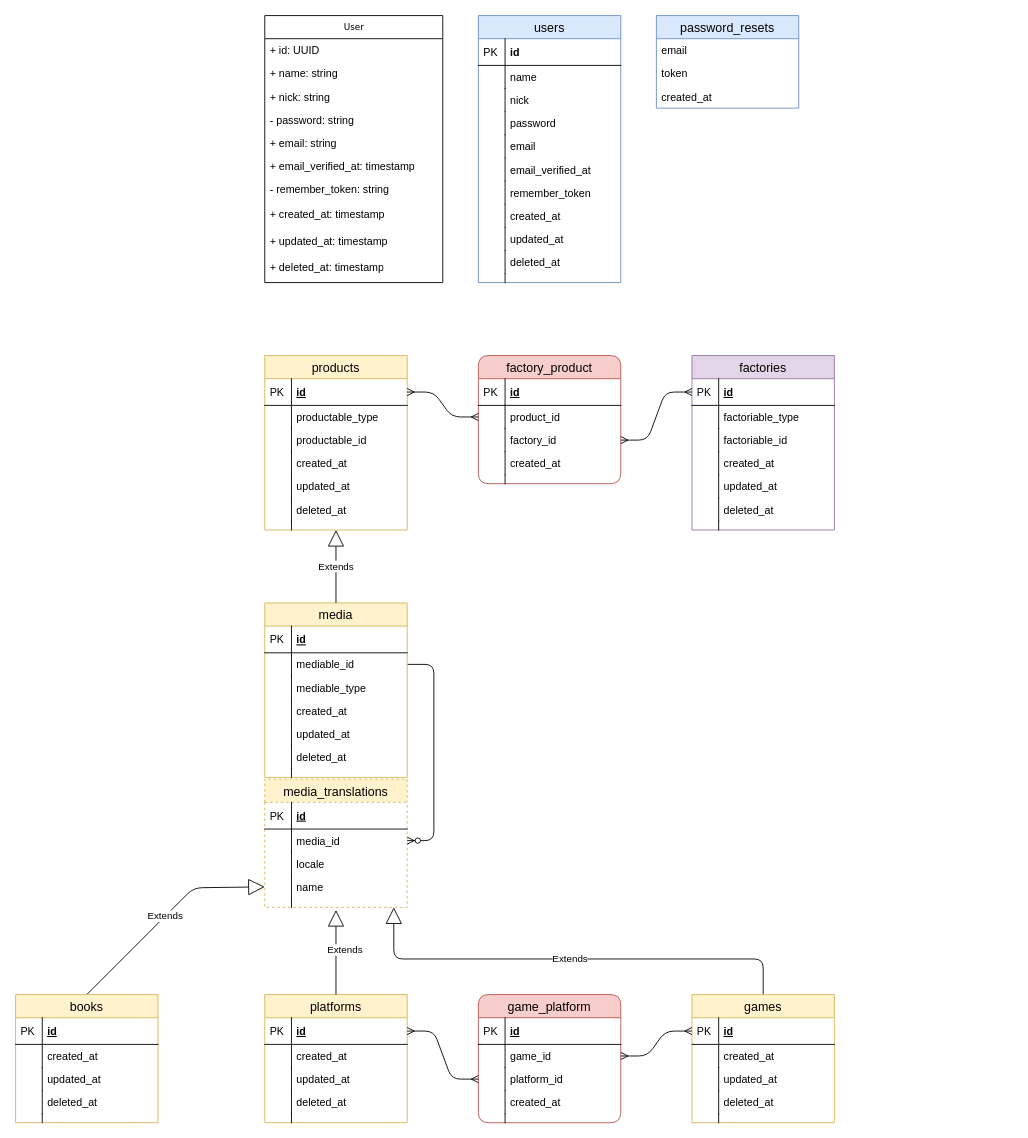
Above: UML.drawio in gboquizo-brothers/igrovaya-pristavka (draw.io), before the change. Source tidied: cells renumbered, new cells numbered last; positions are measured from the earlier drawing's top-left corner, leaving out a move shared by most shapes. Both pictures are drawn from the tidied source at 89%, with x=0, y=0 at pixel (15, 15).
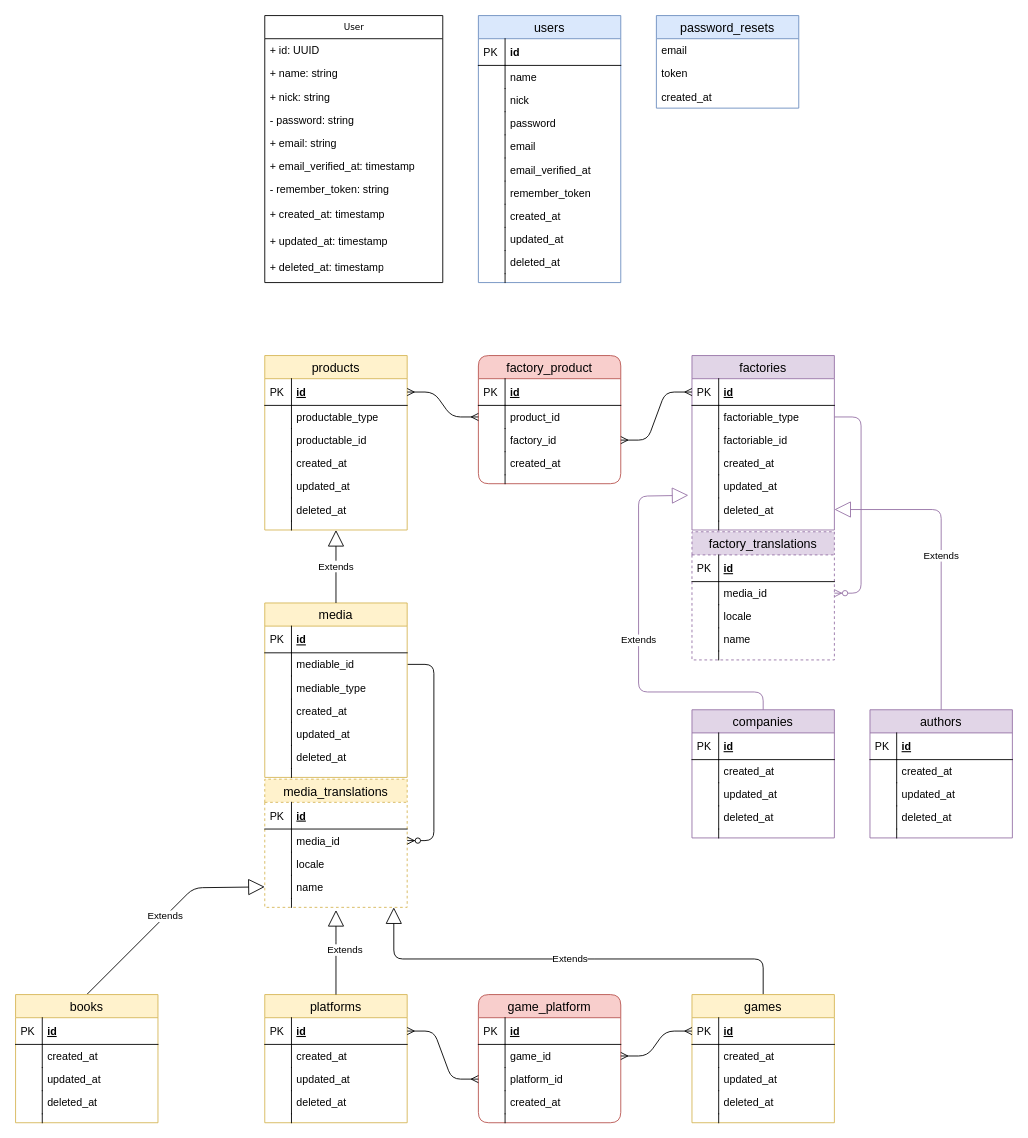
After the change.

Commit message:
:construction: Added another inheritance for factories

The change refers to these unchanged cells:
```xml
<mxCell id="69" value="factoriable_type" style="shape=partialRectangle;top=0;left=0;right=0;bottom=0;align=left;verticalAlign=top;fillColor=none;spacingLeft=34;spacingRight=4;overflow=hidden;points=[[0,0.5],[1,0.5]];portConstraint=eastwest;fontSize=12;" parent="66" vertex="1">
  <mxGeometry y="56" width="160" height="26" as="geometry" />
</mxCell>
<mxCell id="77" value="deleted_at" style="shape=partialRectangle;top=0;left=0;right=0;bottom=0;align=left;verticalAlign=top;fillColor=none;spacingLeft=34;spacingRight=4;overflow=hidden;points=[[0,0.5],[1,0.5]];portConstraint=eastwest;fontSize=12;" parent="66" vertex="1">
  <mxGeometry y="160" width="160" height="26" as="geometry" />
</mxCell>
```

What changed in the source:
```diff
@@
+    <mxCell id="160" value="authors" style="swimlane;fontStyle=0;horizontal=1;startSize=26;fillColor=#e1d5e7;swimlaneFillColor=#ffffff;align=center;fontSize=14;strokeColor=#9673a6;" parent="1" vertex="1">
+      <mxGeometry x="960" y="780" width="160" height="144" as="geometry" />
+    </mxCell>
+    <mxCell id="161" value="id" style="shape=partialRectangle;top=0;left=0;right=0;bottom=1;align=left;verticalAlign=middle;fillColor=none;spacingLeft=34;spacingRight=4;overflow=hidden;fontStyle=5;fontSize=12;" parent="160" vertex="1">
+      <mxGeometry y="26" width="160" height="30" as="geometry" />
+    </mxCell>
+    <mxCell id="162" value="PK" style="shape=partialRectangle;top=0;left=0;bottom=0;fillColor=none;align=left;verticalAlign=middle;spacingLeft=4;spacingRight=4;overflow=hidden;fontSize=12;" parent="161" vertex="1">
+      <mxGeometry width="30" height="30" as="geometry" />
+    </mxCell>
+    <mxCell id="163" value="created_at" style="shape=partialRectangle;top=0;left=0;right=0;bottom=0;align=left;verticalAlign=top;fillColor=none;spacingLeft=34;spacingRight=4;overflow=hidden;fontSize=12;" parent="160" vertex="1">
+      <mxGeometry y="56" width="160" height="26" as="geometry" />
+    </mxCell>
+    <mxCell id="164" style="shape=partialRectangle;top=0;left=0;bottom=0;fillColor=none;align=left;verticalAlign=top;spacingLeft=4;spacingRight=4;overflow=hidden;fontSize=12;" parent="163" vertex="1">
+      <mxGeometry width="30" height="26" as="geometry" />
+    </mxCell>
+    <mxCell id="165" value="updated_at" style="shape=partialRectangle;top=0;left=0;right=0;bottom=0;align=left;verticalAlign=top;fillColor=none;spacingLeft=34;spacingRight=4;overflow=hidden;fontSize=12;" parent="160" vertex="1">
+      <mxGeometry y="82" width="160" height="26" as="geometry" />
+    </mxCell>
+    <mxCell id="166" style="shape=partialRectangle;top=0;left=0;bottom=0;fillColor=none;align=left;verticalAlign=top;spacingLeft=4;spacingRight=4;overflow=hidden;fontSize=12;" parent="165" vertex="1">
+      <mxGeometry width="30" height="26" as="geometry" />
+    </mxCell>
+    <mxCell id="167" value="deleted_at" style="shape=partialRectangle;top=0;left=0;right=0;bottom=0;align=left;verticalAlign=top;fillColor=none;spacingLeft=34;spacingRight=4;overflow=hidden;fontSize=12;" parent="160" vertex="1">
+      <mxGeometry y="108" width="160" height="26" as="geometry" />
+    </mxCell>
+    <mxCell id="168" style="shape=partialRectangle;top=0;left=0;bottom=0;fillColor=none;align=left;verticalAlign=top;spacingLeft=4;spacingRight=4;overflow=hidden;fontSize=12;" parent="167" vertex="1">
+      <mxGeometry width="30" height="26" as="geometry" />
+    </mxCell>
+    <mxCell id="169" style="shape=partialRectangle;top=0;left=0;right=0;bottom=0;align=left;verticalAlign=top;fillColor=none;spacingLeft=34;spacingRight=4;overflow=hidden;fontSize=12;" parent="160" vertex="1">
+      <mxGeometry y="134" width="160" height="10" as="geometry" />
+    </mxCell>
+    <mxCell id="170" style="shape=partialRectangle;top=0;left=0;bottom=0;fillColor=none;align=left;verticalAlign=top;spacingLeft=4;spacingRight=4;overflow=hidden;fontSize=12;" parent="169" vertex="1">
+      <mxGeometry width="30" height="10" as="geometry" />
+    </mxCell>
+    <mxCell id="171" value="Extends" style="endArrow=block;endSize=16;endFill=0;html=1;exitX=0.5;exitY=0;exitDx=0;exitDy=0;fillColor=#e1d5e7;strokeColor=#9673a6;entryX=1;entryY=0.5;entryDx=0;entryDy=0;" parent="1" edge="1" source="160" target="77">
+      <mxGeometry relative="1" as="geometry">
+        <Array as="points">
+          <mxPoint x="1040" y="555" />
+        </Array>
+      </mxGeometry>
+    </mxCell>
+    <mxCell id="172" value="factory_translations" style="swimlane;fontStyle=0;horizontal=1;startSize=26;fillColor=#e1d5e7;swimlaneFillColor=#ffffff;align=center;fontSize=14;strokeColor=#9673a6;dashed=1;" parent="1" vertex="1">
+      <mxGeometry x="760" y="580" width="160" height="144" as="geometry" />
+    </mxCell>
+    <mxCell id="173" value="id" style="shape=partialRectangle;top=0;left=0;right=0;bottom=1;align=left;verticalAlign=middle;fillColor=none;spacingLeft=34;spacingRight=4;overflow=hidden;fontStyle=5;fontSize=12;" parent="172" vertex="1">
+      <mxGeometry y="26" width="160" height="30" as="geometry" />
+    </mxCell>
+    <mxCell id="174" value="PK" style="shape=partialRectangle;top=0;left=0;bottom=0;fillColor=none;align=left;verticalAlign=middle;spacingLeft=4;spacingRight=4;overflow=hidden;fontSize=12;" parent="173" vertex="1">
+      <mxGeometry width="30" height="30" as="geometry" />
+    </mxCell>
+    <mxCell id="175" value="media_id" style="shape=partialRectangle;top=0;left=0;right=0;bottom=0;align=left;verticalAlign=top;fillColor=none;spacingLeft=34;spacingRight=4;overflow=hidden;points=[[0,0.5],[1,0.5]];portConstraint=eastwest;fontSize=12;" parent="172" vertex="1">
+      <mxGeometry y="56" width="160" height="26" as="geometry" />
+    </mxCell>
+    <mxCell id="176" style="shape=partialRectangle;top=0;left=0;bottom=0;fillColor=none;align=left;verticalAlign=top;spacingLeft=4;spacingRight=4;overflow=hidden;fontSize=12;" parent="175" vertex="1">
+      <mxGeometry width="30" height="26" as="geometry" />
+    </mxCell>
+    <mxCell id="177" value="locale" style="shape=partialRectangle;top=0;left=0;right=0;bottom=0;align=left;verticalAlign=top;fillColor=none;spacingLeft=34;spacingRight=4;overflow=hidden;fontSize=12;" parent="172" vertex="1">
+      <mxGeometry y="82" width="160" height="26" as="geometry" />
+    </mxCell>
+    <mxCell id="178" style="shape=partialRectangle;top=0;left=0;bottom=0;fillColor=none;align=left;verticalAlign=top;spacingLeft=4;spacingRight=4;overflow=hidden;fontSize=12;" parent="177" vertex="1">
+      <mxGeometry width="30" height="26" as="geometry" />
+    </mxCell>
+    <mxCell id="179" value="name" style="shape=partialRectangle;top=0;left=0;right=0;bottom=0;align=left;verticalAlign=top;fillColor=none;spacingLeft=34;spacingRight=4;overflow=hidden;fontSize=12;" parent="172" vertex="1">
+      <mxGeometry y="108" width="160" height="26" as="geometry" />
+    </mxCell>
+    <mxCell id="180" style="shape=partialRectangle;top=0;left=0;bottom=0;fillColor=none;align=left;verticalAlign=top;spacingLeft=4;spacingRight=4;overflow=hidden;fontSize=12;" parent="179" vertex="1">
+      <mxGeometry width="30" height="26" as="geometry" />
+    </mxCell>
+    <mxCell id="181" style="shape=partialRectangle;top=0;left=0;right=0;bottom=0;align=left;verticalAlign=top;fillColor=none;spacingLeft=34;spacingRight=4;overflow=hidden;fontSize=12;" parent="172" vertex="1">
+      <mxGeometry y="134" width="160" height="10" as="geometry" />
+    </mxCell>
+    <mxCell id="182" style="shape=partialRectangle;top=0;left=0;bottom=0;fillColor=none;align=left;verticalAlign=top;spacingLeft=4;spacingRight=4;overflow=hidden;fontSize=12;" parent="181" vertex="1">
+      <mxGeometry width="30" height="10" as="geometry" />
+    </mxCell>
+    <mxCell id="183" style="edgeStyle=entityRelationEdgeStyle;fontSize=12;html=1;endArrow=ERzeroToMany;endFill=1;fillColor=#e1d5e7;strokeColor=#9673a6;exitX=1;exitY=0.5;exitDx=0;exitDy=0;" parent="1" edge="1" source="69" target="175">
+      <mxGeometry relative="1" as="geometry" />
+    </mxCell>
+    <mxCell id="184" value="companies" style="swimlane;fontStyle=0;horizontal=1;startSize=26;fillColor=#e1d5e7;swimlaneFillColor=#ffffff;align=center;fontSize=14;strokeColor=#9673a6;" parent="1" vertex="1">
+      <mxGeometry x="760" y="780" width="160" height="144" as="geometry" />
+    </mxCell>
+    <mxCell id="185" value="id" style="shape=partialRectangle;top=0;left=0;right=0;bottom=1;align=left;verticalAlign=middle;fillColor=none;spacingLeft=34;spacingRight=4;overflow=hidden;fontStyle=5;fontSize=12;" parent="184" vertex="1">
+      <mxGeometry y="26" width="160" height="30" as="geometry" />
+    </mxCell>
+    <mxCell id="186" value="PK" style="shape=partialRectangle;top=0;left=0;bottom=0;fillColor=none;align=left;verticalAlign=middle;spacingLeft=4;spacingRight=4;overflow=hidden;fontSize=12;" parent="185" vertex="1">
+      <mxGeometry width="30" height="30" as="geometry" />
+    </mxCell>
+    <mxCell id="187" value="created_at" style="shape=partialRectangle;top=0;left=0;right=0;bottom=0;align=left;verticalAlign=top;fillColor=none;spacingLeft=34;spacingRight=4;overflow=hidden;fontSize=12;" parent="184" vertex="1">
+      <mxGeometry y="56" width="160" height="26" as="geometry" />
+    </mxCell>
+    <mxCell id="188" style="shape=partialRectangle;top=0;left=0;bottom=0;fillColor=none;align=left;verticalAlign=top;spacingLeft=4;spacingRight=4;overflow=hidden;fontSize=12;" parent="187" vertex="1">
+      <mxGeometry width="30" height="26" as="geometry" />
+    </mxCell>
+    <mxCell id="189" value="updated_at" style="shape=partialRectangle;top=0;left=0;right=0;bottom=0;align=left;verticalAlign=top;fillColor=none;spacingLeft=34;spacingRight=4;overflow=hidden;fontSize=12;" parent="184" vertex="1">
+      <mxGeometry y="82" width="160" height="26" as="geometry" />
+    </mxCell>
+    <mxCell id="190" style="shape=partialRectangle;top=0;left=0;bottom=0;fillColor=none;align=left;verticalAlign=top;spacingLeft=4;spacingRight=4;overflow=hidden;fontSize=12;" parent="189" vertex="1">
+      <mxGeometry width="30" height="26" as="geometry" />
+    </mxCell>
+    <mxCell id="191" value="deleted_at" style="shape=partialRectangle;top=0;left=0;right=0;bottom=0;align=left;verticalAlign=top;fillColor=none;spacingLeft=34;spacingRight=4;overflow=hidden;fontSize=12;" parent="184" vertex="1">
+      <mxGeometry y="108" width="160" height="26" as="geometry" />
+    </mxCell>
+    <mxCell id="192" style="shape=partialRectangle;top=0;left=0;bottom=0;fillColor=none;align=left;verticalAlign=top;spacingLeft=4;spacingRight=4;overflow=hidden;fontSize=12;" parent="191" vertex="1">
+      <mxGeometry width="30" height="26" as="geometry" />
+    </mxCell>
+    <mxCell id="193" style="shape=partialRectangle;top=0;left=0;right=0;bottom=0;align=left;verticalAlign=top;fillColor=none;spacingLeft=34;spacingRight=4;overflow=hidden;fontSize=12;" parent="184" vertex="1">
+      <mxGeometry y="134" width="160" height="10" as="geometry" />
+    </mxCell>
+    <mxCell id="194" style="shape=partialRectangle;top=0;left=0;bottom=0;fillColor=none;align=left;verticalAlign=top;spacingLeft=4;spacingRight=4;overflow=hidden;fontSize=12;" parent="193" vertex="1">
+      <mxGeometry width="30" height="10" as="geometry" />
+    </mxCell>
+    <mxCell id="195" value="Extends" style="endArrow=block;endSize=16;endFill=0;html=1;exitX=0.5;exitY=0;exitDx=0;exitDy=0;fillColor=#e1d5e7;strokeColor=#9673a6;entryX=-0.025;entryY=-0.115;entryDx=0;entryDy=0;entryPerimeter=0;" parent="1" edge="1" source="184" target="77">
+      <mxGeometry relative="1" as="geometry">
+        <Array as="points">
+          <mxPoint x="840" y="760" />
+          <mxPoint x="700" y="760" />
+          <mxPoint x="700" y="540" />
+        </Array>
+      </mxGeometry>
+    </mxCell>
```
